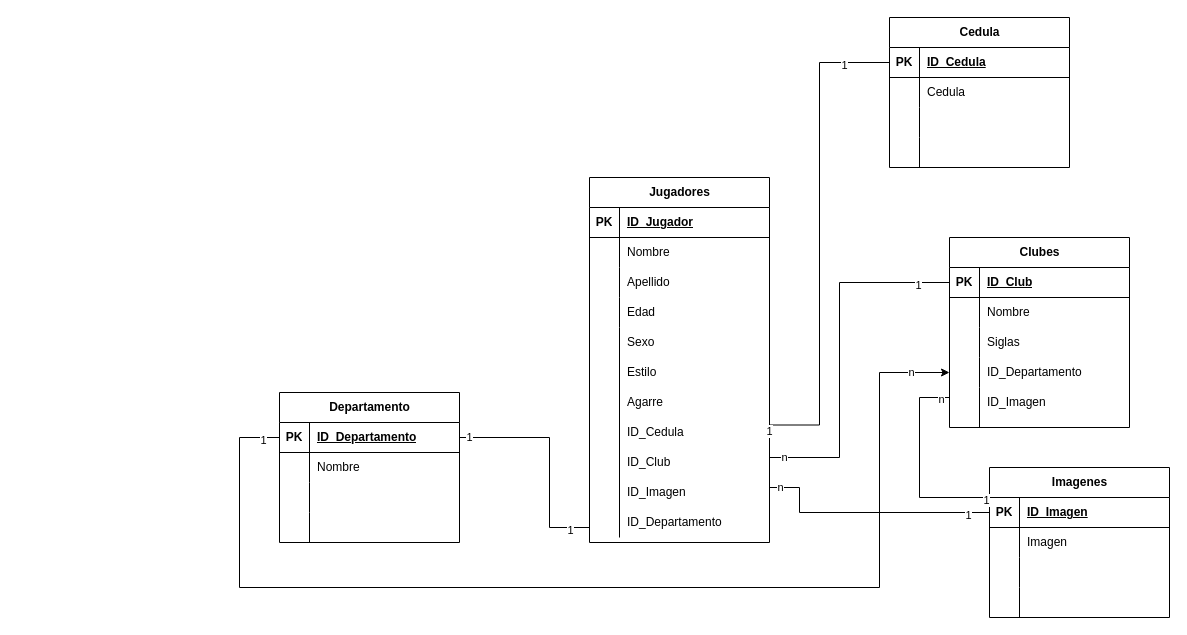
YaderSz/Diagramas keeps this draw.io diagram as DiagramaTScore.drawio. Above is the earlier version. Source tidied: cells renumbered, new cells numbered last; positions are measured from the earlier drawing's top-left corner, leaving out a move shared by most shapes. Both pictures are drawn from the tidied source at 100%, with x=0, y=0 at pixel (239, 17).
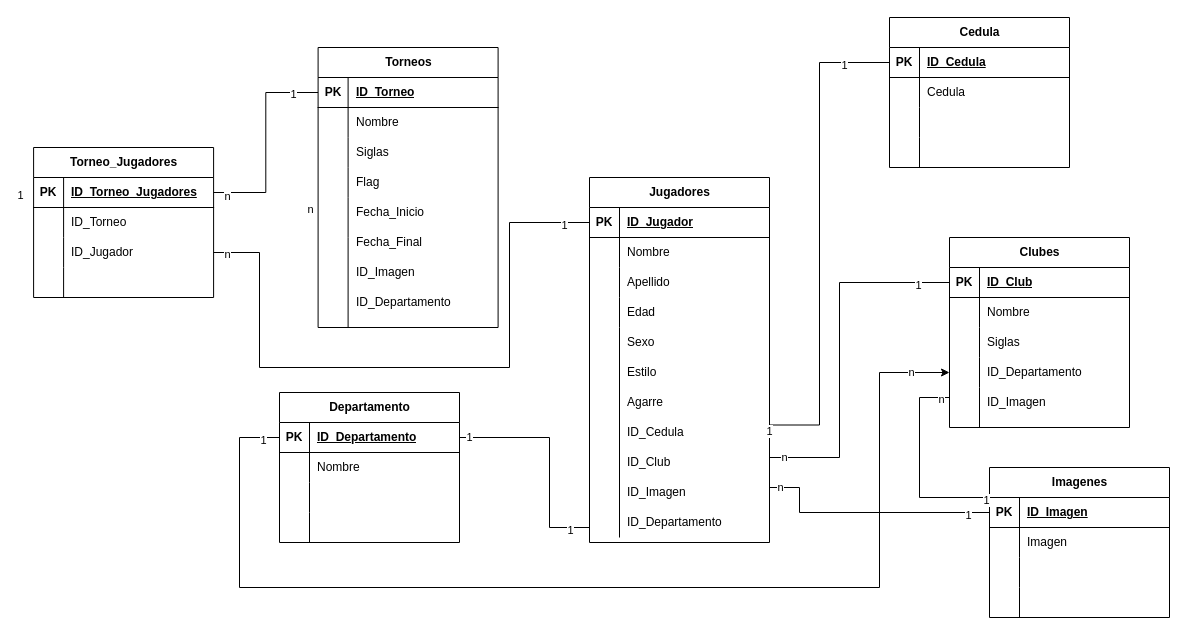
The same diagram, later.

The change refers to these unchanged cells:
```xml
<mxCell id="3" style="shape=tableRow;horizontal=0;startSize=0;swimlaneHead=0;swimlaneBody=0;fillColor=none;points=[[0,0.5],[1,0.5]];portConstraint=eastwest;top=0;left=0;right=0;bottom=1;" parent="2" vertex="1">
  <mxGeometry y="30" width="180" height="30" as="geometry" />
</mxCell>
```

The edit, as a diff of the source:
```diff
@@
+    <mxCell id="102" value="Torneos" style="shape=table;startSize=30;childLayout=tableLayout;rowLines=0;fontStyle=1;align=center;html=1;" parent="1" vertex="1">
+      <mxGeometry x="78.6" y="30" width="180" height="280" as="geometry" />
+    </mxCell>
+    <mxCell id="103" style="shape=tableRow;horizontal=0;startSize=0;swimlaneHead=0;swimlaneBody=0;fillColor=none;points=[[0,0.5],[1,0.5]];portConstraint=eastwest;top=0;left=0;right=0;bottom=1;" parent="102" vertex="1">
+      <mxGeometry y="30" width="180" height="30" as="geometry" />
+    </mxCell>
+    <mxCell id="104" value="PK" style="shape=partialRectangle;fillColor=none;top=0;left=0;bottom=0;right=0;fontStyle=1;overflow=hidden;whiteSpace=wrap;html=1;" parent="103" vertex="1">
+      <mxGeometry width="30" height="30" as="geometry" />
+    </mxCell>
+    <mxCell id="105" value="ID_Torneo" style="shape=partialRectangle;fillColor=none;top=0;left=0;bottom=0;right=0;align=left;spacingLeft=6;fontStyle=5;overflow=hidden;whiteSpace=wrap;html=1;" parent="103" vertex="1">
+      <mxGeometry x="30" width="150" height="30" as="geometry" />
+    </mxCell>
+    <mxCell id="106" style="shape=tableRow;horizontal=0;startSize=0;swimlaneHead=0;swimlaneBody=0;fillColor=none;top=0;left=0;right=0;bottom=0;" parent="102" vertex="1">
+      <mxGeometry y="60" width="180" height="30" as="geometry" />
+    </mxCell>
+    <mxCell id="107" style="shape=partialRectangle;fillColor=none;top=0;left=0;bottom=0;right=0;overflow=hidden;whiteSpace=wrap;html=1;" parent="106" vertex="1">
+      <mxGeometry width="30" height="30" as="geometry" />
+    </mxCell>
+    <mxCell id="108" value="Nombre" style="shape=partialRectangle;fillColor=none;top=0;left=0;bottom=0;right=0;align=left;spacingLeft=6;overflow=hidden;whiteSpace=wrap;html=1;" parent="106" vertex="1">
+      <mxGeometry x="30" width="150" height="30" as="geometry" />
+    </mxCell>
+    <mxCell id="109" style="shape=tableRow;horizontal=0;startSize=0;swimlaneHead=0;swimlaneBody=0;fillColor=none;top=0;left=0;right=0;bottom=0;" parent="102" vertex="1">
+      <mxGeometry y="90" width="180" height="30" as="geometry" />
+    </mxCell>
+    <mxCell id="110" style="shape=partialRectangle;fillColor=none;top=0;left=0;bottom=0;right=0;overflow=hidden;whiteSpace=wrap;html=1;" parent="109" vertex="1">
+      <mxGeometry width="30" height="30" as="geometry" />
+    </mxCell>
+    <mxCell id="111" value="Siglas" style="shape=partialRectangle;fillColor=none;top=0;left=0;bottom=0;right=0;align=left;spacingLeft=6;overflow=hidden;whiteSpace=wrap;html=1;" parent="109" vertex="1">
+      <mxGeometry x="30" width="150" height="30" as="geometry" />
+    </mxCell>
+    <mxCell id="112" style="shape=tableRow;horizontal=0;startSize=0;swimlaneHead=0;swimlaneBody=0;fillColor=none;top=0;left=0;right=0;bottom=0;" parent="102" vertex="1">
+      <mxGeometry y="120" width="180" height="30" as="geometry" />
+    </mxCell>
+    <mxCell id="113" value="&lt;div&gt;&lt;br&gt;&lt;/div&gt;&lt;div&gt;&lt;br&gt;&lt;/div&gt;" style="shape=partialRectangle;fillColor=none;top=0;left=0;bottom=0;right=0;overflow=hidden;whiteSpace=wrap;html=1;" parent="112" vertex="1">
+      <mxGeometry width="30" height="30" as="geometry" />
+    </mxCell>
+    <mxCell id="114" value="Flag" style="shape=partialRectangle;fillColor=none;top=0;left=0;bottom=0;right=0;align=left;spacingLeft=6;overflow=hidden;whiteSpace=wrap;html=1;" parent="112" vertex="1">
+      <mxGeometry x="30" width="150" height="30" as="geometry" />
+    </mxCell>
+    <mxCell id="115" style="endArrow=none;html=1;rounded=0;" parent="1" edge="1">
+      <mxGeometry relative="1" as="geometry">
+        <mxPoint x="108.6" y="220" as="sourcePoint" />
+        <mxPoint x="108.6" y="180" as="targetPoint" />
+      </mxGeometry>
+    </mxCell>
+    <mxCell id="116" value="Fecha_Inicio" style="shape=partialRectangle;fillColor=none;top=0;left=0;bottom=0;right=0;align=left;spacingLeft=6;overflow=hidden;whiteSpace=wrap;html=1;" parent="1" vertex="1">
+      <mxGeometry x="108.6" y="180" width="150" height="30" as="geometry" />
+    </mxCell>
+    <mxCell id="117" value="n" style="edgeLabel;html=1;align=center;verticalAlign=middle;" parent="1" vertex="1">
+      <mxGeometry x="70" y="191" as="geometry" />
+    </mxCell>
+    <mxCell id="118" value="Fecha_Final" style="shape=partialRectangle;fillColor=none;top=0;left=0;bottom=0;right=0;align=left;spacingLeft=6;overflow=hidden;whiteSpace=wrap;html=1;" parent="1" vertex="1">
+      <mxGeometry x="108.6" y="210" width="150" height="30" as="geometry" />
+    </mxCell>
+    <mxCell id="119" value="ID_Imagen" style="shape=partialRectangle;fillColor=none;top=0;left=0;bottom=0;right=0;align=left;spacingLeft=6;overflow=hidden;whiteSpace=wrap;html=1;" parent="1" vertex="1">
+      <mxGeometry x="108.6" y="240" width="150" height="30" as="geometry" />
+    </mxCell>
+    <mxCell id="120" value="ID_Departamento" style="shape=partialRectangle;fillColor=none;top=0;left=0;bottom=0;right=0;align=left;spacingLeft=6;overflow=hidden;whiteSpace=wrap;html=1;" parent="1" vertex="1">
+      <mxGeometry x="108.6" y="270" width="150" height="30" as="geometry" />
+    </mxCell>
+    <mxCell id="121" style="endArrow=none;html=1;rounded=0;" parent="1" edge="1">
+      <mxGeometry relative="1" as="geometry">
+        <mxPoint x="108.6" y="310" as="sourcePoint" />
+        <mxPoint x="108.6" y="220" as="targetPoint" />
+      </mxGeometry>
+    </mxCell>
+    <mxCell id="122" value="Torneo_Jugadores" style="shape=table;startSize=30;childLayout=tableLayout;rowLines=0;fontStyle=1;align=center;html=1;" parent="1" vertex="1">
+      <mxGeometry x="-205.9" y="130" width="180" height="150" as="geometry" />
+    </mxCell>
+    <mxCell id="123" style="shape=tableRow;horizontal=0;startSize=0;swimlaneHead=0;swimlaneBody=0;fillColor=none;points=[[0,0.5],[1,0.5]];portConstraint=eastwest;top=0;left=0;right=0;bottom=1;" parent="122" vertex="1">
+      <mxGeometry y="30" width="180" height="30" as="geometry" />
+    </mxCell>
+    <mxCell id="124" value="PK" style="shape=partialRectangle;fillColor=none;top=0;left=0;bottom=0;right=0;fontStyle=1;overflow=hidden;whiteSpace=wrap;html=1;" parent="123" vertex="1">
+      <mxGeometry width="30" height="30" as="geometry" />
+    </mxCell>
+    <mxCell id="125" value="ID_Torneo_Jugadores" style="shape=partialRectangle;fillColor=none;top=0;left=0;bottom=0;right=0;align=left;spacingLeft=6;fontStyle=5;overflow=hidden;whiteSpace=wrap;html=1;" parent="123" vertex="1">
+      <mxGeometry x="30" width="150" height="30" as="geometry" />
+    </mxCell>
+    <mxCell id="126" style="shape=tableRow;horizontal=0;startSize=0;swimlaneHead=0;swimlaneBody=0;fillColor=none;top=0;left=0;right=0;bottom=0;" parent="122" vertex="1">
+      <mxGeometry y="60" width="180" height="30" as="geometry" />
+    </mxCell>
+    <mxCell id="127" style="shape=partialRectangle;fillColor=none;top=0;left=0;bottom=0;right=0;overflow=hidden;whiteSpace=wrap;html=1;" parent="126" vertex="1">
+      <mxGeometry width="30" height="30" as="geometry" />
+    </mxCell>
+    <mxCell id="128" value="ID_Torneo" style="shape=partialRectangle;fillColor=none;top=0;left=0;bottom=0;right=0;align=left;spacingLeft=6;overflow=hidden;whiteSpace=wrap;html=1;" parent="126" vertex="1">
+      <mxGeometry x="30" width="150" height="30" as="geometry" />
+    </mxCell>
+    <mxCell id="129" style="shape=tableRow;horizontal=0;startSize=0;swimlaneHead=0;swimlaneBody=0;fillColor=none;points=[[0,0.5],[1,0.5]];portConstraint=eastwest;top=0;left=0;right=0;bottom=0;" parent="122" vertex="1">
+      <mxGeometry y="90" width="180" height="30" as="geometry" />
+    </mxCell>
+    <mxCell id="130" style="shape=partialRectangle;fillColor=none;top=0;left=0;bottom=0;right=0;overflow=hidden;whiteSpace=wrap;html=1;" parent="129" vertex="1">
+      <mxGeometry width="30" height="30" as="geometry" />
+    </mxCell>
+    <mxCell id="131" value="ID_Jugador" style="shape=partialRectangle;fillColor=none;top=0;left=0;bottom=0;right=0;align=left;spacingLeft=6;overflow=hidden;whiteSpace=wrap;html=1;" parent="129" vertex="1">
+      <mxGeometry x="30" width="150" height="30" as="geometry" />
+    </mxCell>
+    <mxCell id="132" style="shape=tableRow;horizontal=0;startSize=0;swimlaneHead=0;swimlaneBody=0;fillColor=none;top=0;left=0;right=0;bottom=0;" parent="122" vertex="1">
+      <mxGeometry y="120" width="180" height="30" as="geometry" />
+    </mxCell>
+    <mxCell id="133" value="&lt;div&gt;&lt;br&gt;&lt;/div&gt;&lt;div&gt;&lt;br&gt;&lt;/div&gt;" style="shape=partialRectangle;fillColor=none;top=0;left=0;bottom=0;right=0;overflow=hidden;whiteSpace=wrap;html=1;" parent="132" vertex="1">
+      <mxGeometry width="30" height="30" as="geometry" />
+    </mxCell>
+    <mxCell id="134" style="shape=partialRectangle;fillColor=none;top=0;left=0;bottom=0;right=0;align=left;spacingLeft=6;overflow=hidden;whiteSpace=wrap;html=1;" parent="132" vertex="1">
+      <mxGeometry x="30" width="150" height="30" as="geometry" />
+    </mxCell>
+    <mxCell id="135" value="1" style="edgeLabel;html=1;align=center;verticalAlign=middle;" parent="1" vertex="1">
+      <mxGeometry x="-220" y="177" as="geometry" />
+    </mxCell>
+    <mxCell id="136" style="endArrow=none;html=1;rounded=0;exitX=1;exitY=0.5;exitDx=0;exitDy=0;entryX=0;entryY=0.5;entryDx=0;entryDy=0;edgeStyle=orthogonalEdgeStyle;" parent="1" edge="1" source="123" target="103">
+      <mxGeometry relative="1" as="geometry" />
+    </mxCell>
+    <mxCell id="137" value="1" style="edgeLabel;html=1;align=center;verticalAlign=middle;" parent="136" vertex="1">
+      <mxGeometry x="0.75" y="-1" relative="1" as="geometry" />
+    </mxCell>
+    <mxCell id="138" value="n" style="edgeLabel;html=1;align=center;verticalAlign=middle;" parent="136" vertex="1">
+      <mxGeometry x="-0.87" y="-3" relative="1" as="geometry" />
+    </mxCell>
+    <mxCell id="139" style="endArrow=none;html=1;rounded=0;exitX=1;exitY=0.5;exitDx=0;exitDy=0;entryX=0;entryY=0.5;entryDx=0;entryDy=0;edgeStyle=orthogonalEdgeStyle;" parent="1" edge="1" source="129" target="3">
+      <mxGeometry relative="1" as="geometry">
+        <Array as="points">
+          <mxPoint x="20" y="235" />
+          <mxPoint x="20" y="350" />
+          <mxPoint x="270" y="350" />
+          <mxPoint x="270" y="205" />
+        </Array>
+      </mxGeometry>
+    </mxCell>
+    <mxCell id="140" value="n" style="edgeLabel;html=1;align=center;verticalAlign=middle;" parent="139" vertex="1">
+      <mxGeometry x="-0.96" y="-1" relative="1" as="geometry" />
+    </mxCell>
+    <mxCell id="141" value="1" style="edgeLabel;html=1;align=center;verticalAlign=middle;" parent="139" vertex="1">
+      <mxGeometry x="0.92" y="-2" relative="1" as="geometry" />
+    </mxCell>
```
